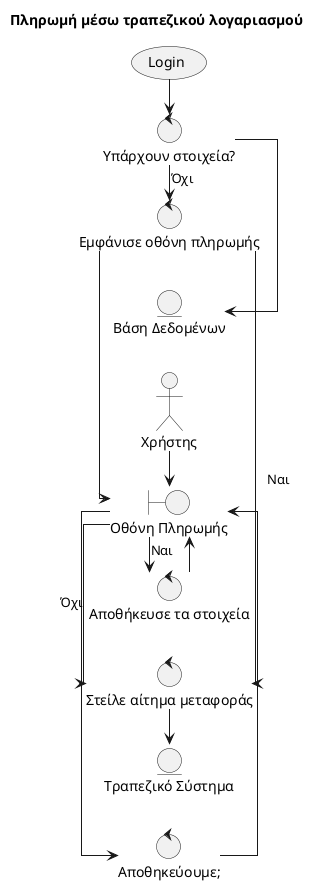
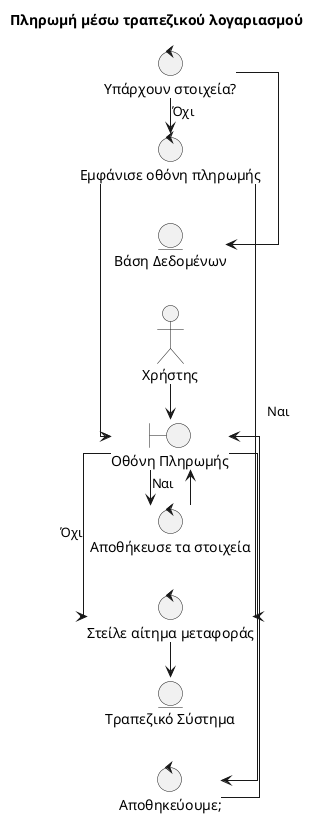
@startuml name

left to right direction
skinparam linetype ortho

title Πληρωμή μέσω τραπεζικού λογαριασμού

- usecase "Login" as L
control "Υπάρχουν στοιχεία?" as checkCredent
entity "Βάση Δεδομένων" as db
control "Εμφάνισε οθόνη πληρωμής" as disPayScr
actor "Χρήστης" as user
boundary "Οθόνη Πληρωμής" as payScr
control "Αποθηκεύουμε;" as saveControl
entity "Τραπεζικό Σύστημα" as bank
control "Στείλε αίτημα μεταφοράς" as sendReq
control "Αποθήκευσε τα στοιχεία" as saveCred

- L -> checkCredent
checkCredent -> db
checkCredent -> disPayScr : Όχι
disPayScr -> payScr
user -> payScr
payScr -> saveControl
saveControl -> payScr
payScr -> sendReq : "       Όχι"
sendReq -> bank

disPayScr -> sendReq : "   Ναι"

payScr -> saveCred : Ναι
saveCred -> payScr

@enduml